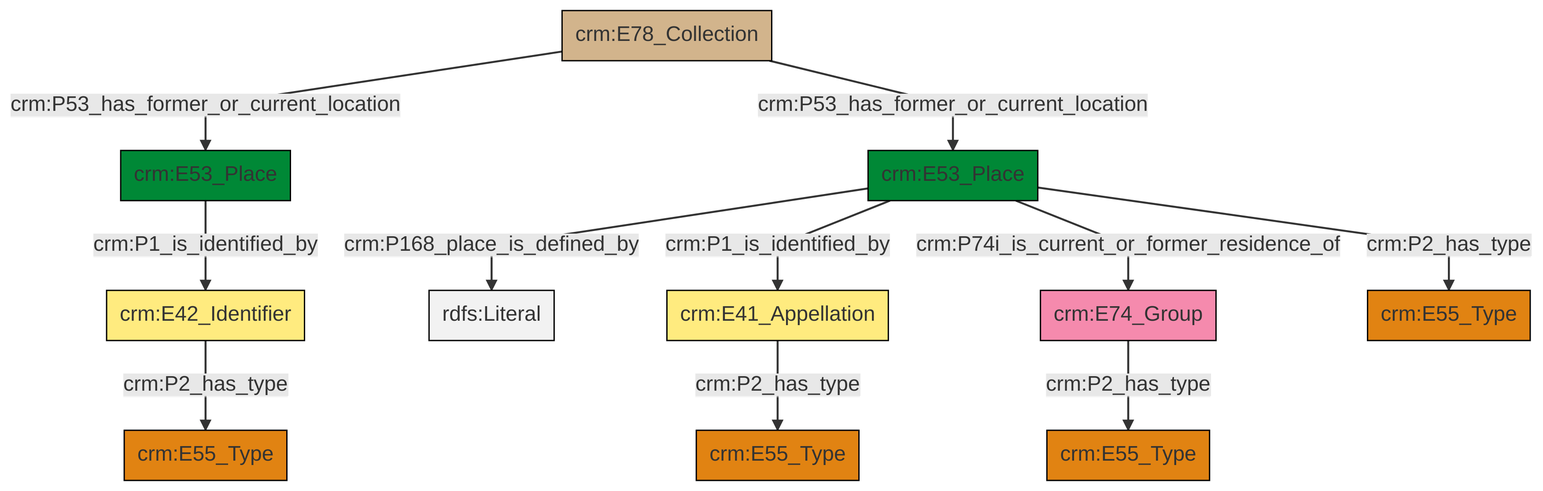
Before: et/archivalCSV/ttl/mmd/png/archival_location.png, a diagram exported from Mermaid (swiss-art-research-net/docs.swissartresearch). Its source is kept beside it as et/archivalCSV/ttl/mmd/archival_location.ttl.mmd.
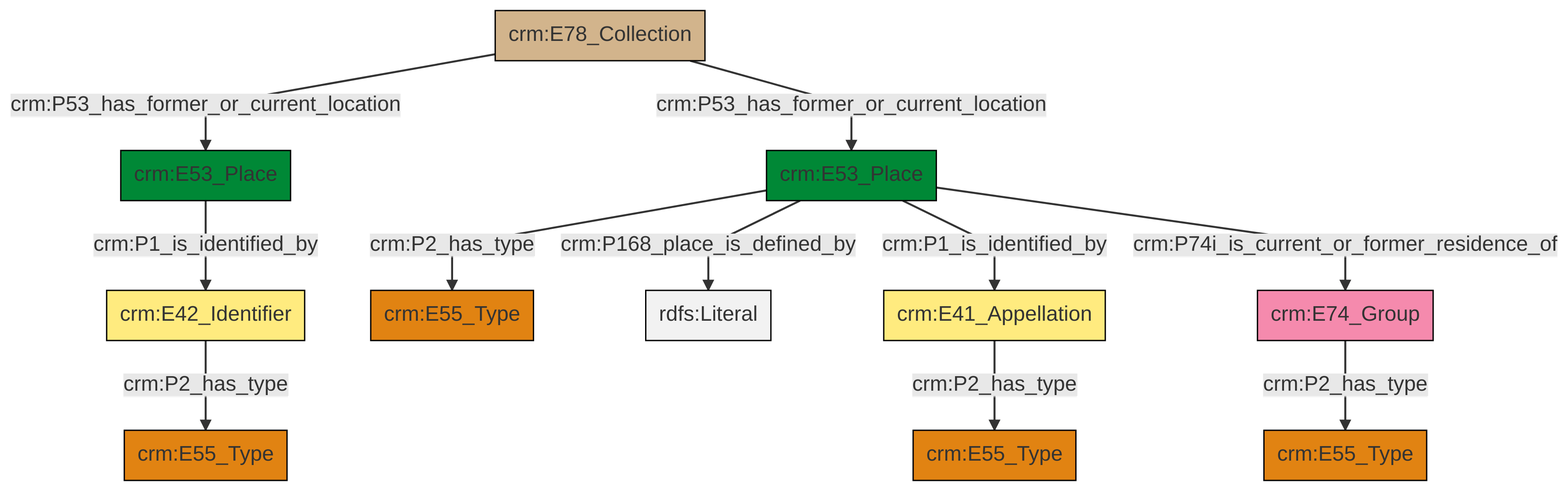
After the commit.

What changed in the source:
```diff
@@ -13,13 +13,13 @@
 classDef PC_Classes fill:#4ce600, stroke:#000000;
 classDef Multi fill:#cccccc,stroke:#000000;
 
-0["crm:E74_Group"]:::Actor -->|crm:P2_has_type| 1["crm:E55_Type"]:::Type
-4["crm:E53_Place"]:::Place -->|crm:P168_place_is_defined_by| 5[rdfs:Literal]:::Literal
-4["crm:E53_Place"]:::Place -->|crm:P1_is_identified_by| 6["crm:E41_Appellation"]:::Appellation
-8["crm:E42_Identifier"]:::Appellation -->|crm:P2_has_type| 2["crm:E55_Type"]:::Type
-6["crm:E41_Appellation"]:::Appellation -->|crm:P2_has_type| 11["crm:E55_Type"]:::Type
-14["crm:E78_Collection"]:::Physical_Thing -->|crm:P53_has_former_or_current_location| 15["crm:E53_Place"]:::Place
-14["crm:E78_Collection"]:::Physical_Thing -->|crm:P53_has_former_or_current_location| 4["crm:E53_Place"]:::Place
-15["crm:E53_Place"]:::Place -->|crm:P1_is_identified_by| 8["crm:E42_Identifier"]:::Appellation
-4["crm:E53_Place"]:::Place -->|crm:P74i_is_current_or_former_residence_of| 0["crm:E74_Group"]:::Actor
-4["crm:E53_Place"]:::Place -->|crm:P2_has_type| 18["crm:E55_Type"]:::Type
+6["crm:E41_Appellation"]:::Appellation -->|crm:P2_has_type| 7["crm:E55_Type"]:::Type
+10["crm:E53_Place"]:::Place -->|crm:P2_has_type| 0["crm:E55_Type"]:::Type
+8["crm:E53_Place"]:::Place -->|crm:P1_is_identified_by| 12["crm:E42_Identifier"]:::Appellation
+2["crm:E78_Collection"]:::Physical_Thing -->|crm:P53_has_former_or_current_location| 8["crm:E53_Place"]:::Place
+10["crm:E53_Place"]:::Place -->|crm:P168_place_is_defined_by| 18[rdfs:Literal]:::Literal
+2["crm:E78_Collection"]:::Physical_Thing -->|crm:P53_has_former_or_current_location| 10["crm:E53_Place"]:::Place
+10["crm:E53_Place"]:::Place -->|crm:P1_is_identified_by| 6["crm:E41_Appellation"]:::Appellation
+12["crm:E42_Identifier"]:::Appellation -->|crm:P2_has_type| 4["crm:E55_Type"]:::Type
+20["crm:E74_Group"]:::Actor -->|crm:P2_has_type| 16["crm:E55_Type"]:::Type
+10["crm:E53_Place"]:::Place -->|crm:P74i_is_current_or_former_residence_of| 20["crm:E74_Group"]:::Actor
```
